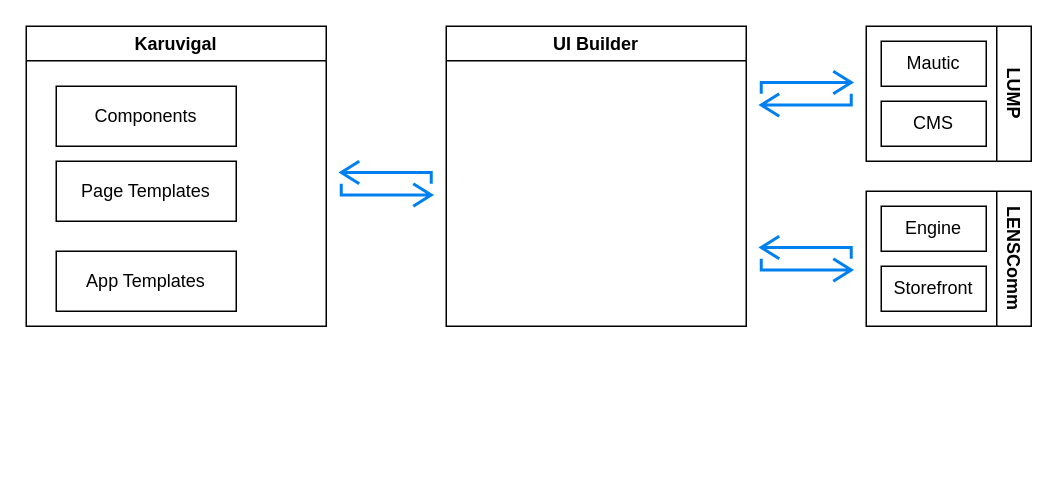
The draw.io diagram hlighlevel.drawio in lmnaslimited/iyakkam, before the edit. Source tidied: cells renumbered, new cells numbered last; positions are measured from the earlier drawing's top-left corner, leaving out a move shared by most shapes. Both pictures are drawn from the tidied source at 150%, with x=0, y=0 at pixel (26, 26). Pictures stored in the file or linked from it are replaced by grey dashed boxes.
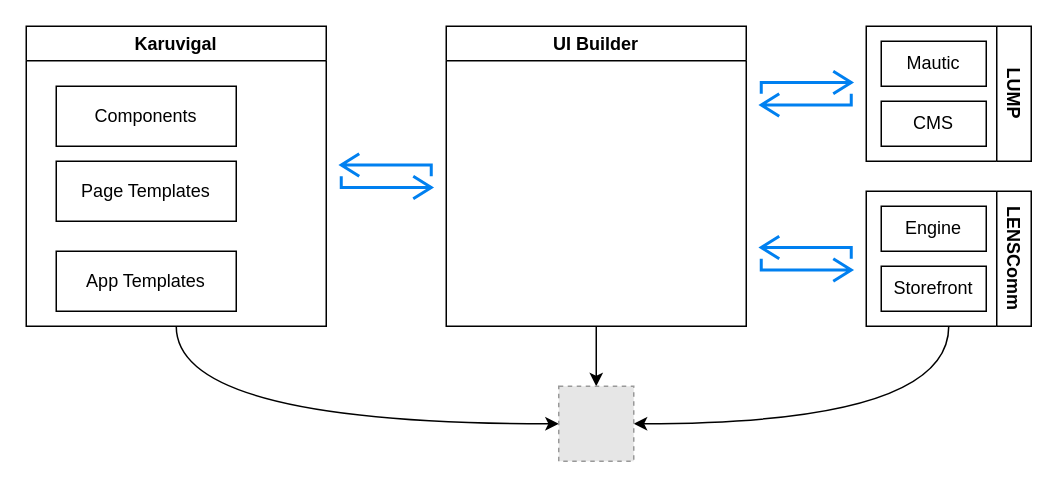
The same page after the edit.

The edit, as a diff of the source:
```diff
@@
 <mxGraphModel>
   <root>
     <mxCell id="0" />
     <mxCell id="1" parent="0" />
+    <mxCell id="16" style="edgeStyle=orthogonalEdgeStyle;rounded=0;jettySize=auto;html=1;exitX=0.5;exitY=1;exitDx=0;exitDy=0;curved=1;entryX=0;entryY=0.5;entryDx=0;entryDy=0;" parent="1" edge="1" source="2" target="19">
+      <mxGeometry relative="1" as="geometry" />
+    </mxCell>
     <mxCell id="2" value="Karuvigal" style="swimlane;" parent="1" vertex="1">
       <mxGeometry width="200" height="200" as="geometry" />
     </mxCell>
     <mxCell id="3" value="Components" style="rounded=0;whiteSpace=wrap;html=1;" parent="2" vertex="1">
       <mxGeometry x="20" y="40" width="120" height="40" as="geometry" />
     </mxCell>
     <mxCell id="4" value="Page Templates" style="rounded=0;whiteSpace=wrap;html=1;" parent="2" vertex="1">
       <mxGeometry x="20" y="90" width="120" height="40" as="geometry" />
     </mxCell>
     <mxCell id="5" value="App Templates" style="rounded=0;whiteSpace=wrap;html=1;" parent="2" vertex="1">
       <mxGeometry x="20" y="150" width="120" height="40" as="geometry" />
     </mxCell>
+    <mxCell id="17" style="edgeStyle=orthogonalEdgeStyle;curved=1;rounded=0;jettySize=auto;html=1;exitX=0.5;exitY=1;exitDx=0;exitDy=0;entryX=0.5;entryY=0;entryDx=0;entryDy=0;" parent="1" edge="1" source="6" target="19">
+      <mxGeometry relative="1" as="geometry" />
+    </mxCell>
     <mxCell id="6" value="UI Builder" style="swimlane;" parent="1" vertex="1">
       <mxGeometry x="280" width="200" height="200" as="geometry" />
     </mxCell>
     <mxCell id="7" value="LUMP" style="swimlane;horizontal=0;rotation=-180;" parent="1" vertex="1">
       <mxGeometry x="560" width="110" height="90" as="geometry" />
     </mxCell>
     <mxCell id="8" value="CMS" style="rounded=0;whiteSpace=wrap;html=1;" parent="7" vertex="1">
       <mxGeometry x="10" y="50" width="70" height="30" as="geometry" />
     </mxCell>
     <mxCell id="9" value="Mautic" style="whiteSpace=wrap;html=1;" parent="7" vertex="1">
       <mxGeometry x="10" y="10" width="70" height="30" as="geometry" />
     </mxCell>
+    <mxCell id="18" style="edgeStyle=orthogonalEdgeStyle;curved=1;rounded=0;jettySize=auto;html=1;exitX=0.5;exitY=0;exitDx=0;exitDy=0;entryX=1;entryY=0.5;entryDx=0;entryDy=0;" parent="1" edge="1" source="10" target="19">
+      <mxGeometry relative="1" as="geometry" />
+    </mxCell>
     <mxCell id="10" value="LENSComm" style="swimlane;horizontal=0;rotation=-180;" parent="1" vertex="1">
       <mxGeometry x="560" y="110" width="110" height="90" as="geometry" />
     </mxCell>
     <mxCell id="11" value="Engine" style="rounded=0;whiteSpace=wrap;html=1;" parent="10" vertex="1">
       <mxGeometry x="10" y="10" width="70" height="30" as="geometry" />
     </mxCell>
     <mxCell id="12" value="Storefront" style="whiteSpace=wrap;html=1;" parent="10" vertex="1">
       <mxGeometry x="10" y="50" width="70" height="30" as="geometry" />
     </mxCell>
     <mxCell id="13" style="html=1;verticalLabelPosition=bottom;align=center;labelBackgroundColor=#ffffff;verticalAlign=top;strokeWidth=2;strokeColor=#0080F0;shadow=0;dashed=0;shape=mxgraph.ios7.icons.repeat;" parent="1" vertex="1">
       <mxGeometry x="490" y="30" width="60" height="30" as="geometry" />
     </mxCell>
     <mxCell id="14" style="html=1;verticalLabelPosition=bottom;align=center;labelBackgroundColor=#ffffff;verticalAlign=top;strokeWidth=2;strokeColor=#0080F0;shadow=0;dashed=0;shape=mxgraph.ios7.icons.repeat;rotation=-180;flipH=1;" parent="1" vertex="1">
       <mxGeometry x="490" y="140" width="60" height="30" as="geometry" />
     </mxCell>
     <mxCell id="15" style="html=1;verticalLabelPosition=bottom;align=center;labelBackgroundColor=#ffffff;verticalAlign=top;strokeWidth=2;strokeColor=#0080F0;shadow=0;dashed=0;shape=mxgraph.ios7.icons.repeat;rotation=-180;flipH=1;" parent="1" vertex="1">
-      <mxGeometry x="210" y="90" width="60" height="30" as="geometry" />
+      <mxGeometry x="210" y="85" width="60" height="30" as="geometry" />
     </mxCell>
+    <mxCell id="19" style="fillColor=#E6E6E6;strokeColor=#999999;dashed=1;html=1;verticalAlign=top;verticalLabelPosition=bottom;labelBackgroundColor=#ffffff;" parent="1" vertex="1">
+      <mxGeometry x="355" y="240" width="50" height="50" as="geometry" />
+    </mxCell>
   </root>
 </mxGraphModel>
```
